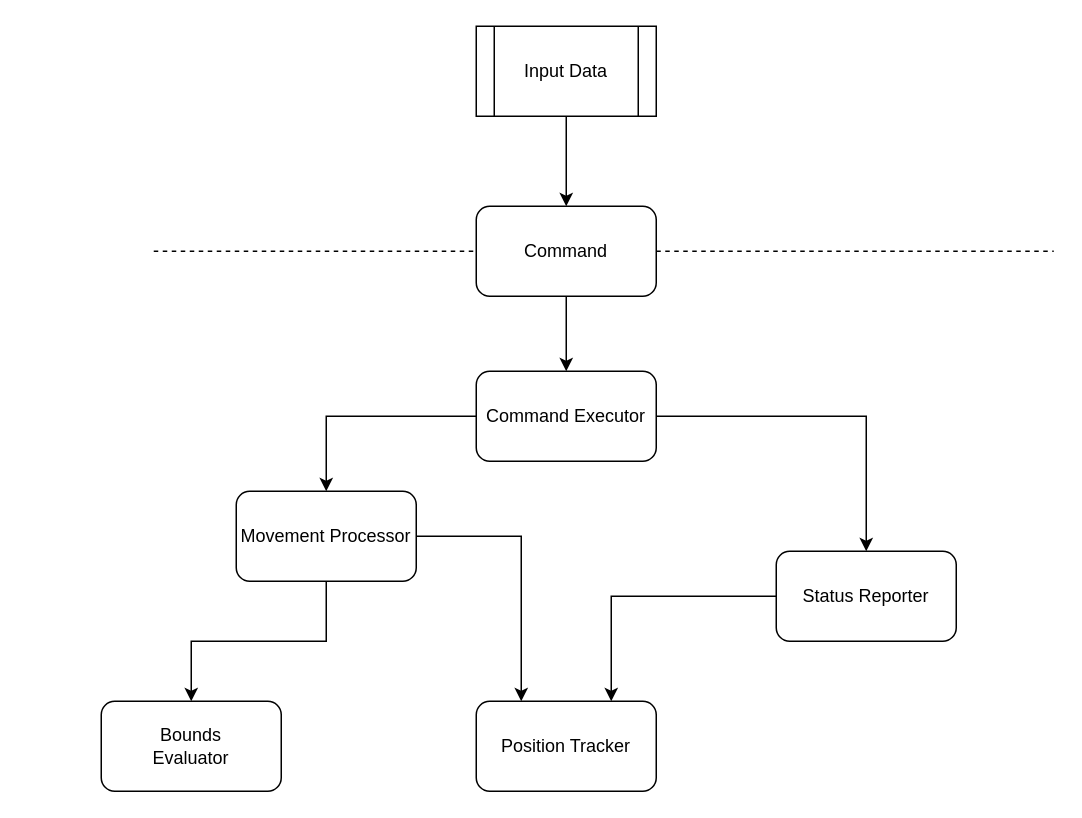
The draw.io diagram doc/Component Diagram.drawio in Hardcoded-NS/LibToyBot, before the edit. Source tidied: cells renumbered, new cells numbered last; positions are measured from the earlier drawing's top-left corner, leaving out a move shared by most shapes. Both pictures are drawn from the tidied source at 150%, with x=0, y=0 at pixel (100, 26).
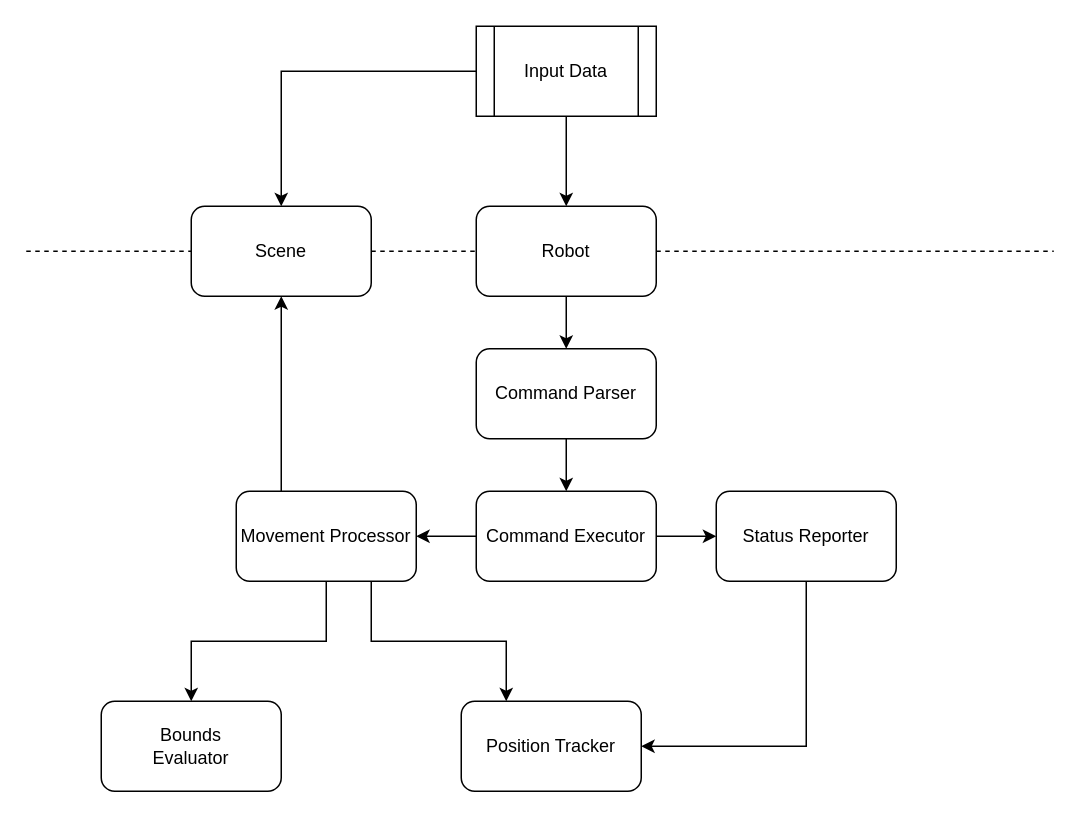
The same diagram, later.

Commit message (it also covers changes not shown here):
Introduced the Robot class, with cursory Action ability.

The change refers to these unchanged cells:
```xml
<mxCell id="7" value="Movement Processor" style="rounded=1;whiteSpace=wrap;html=1;" parent="1" vertex="1">
  <mxGeometry x="90" y="310" width="120" height="60" as="geometry" />
</mxCell>
<mxCell id="13" value="Input Data" style="shape=process;whiteSpace=wrap;html=1;backgroundOutline=1;" parent="1" vertex="1">
  <mxGeometry x="250" width="120" height="60" as="geometry" />
</mxCell>
```

The edit, as a diff of the source:
```diff
@@
+    <mxCell id="3" style="edgeStyle=orthogonalEdgeStyle;rounded=0;jettySize=auto;html=1;" parent="1" edge="1" source="4" target="7">
+      <mxGeometry relative="1" as="geometry" />
+    </mxCell>
-    <mxCell id="2" style="edgeStyle=orthogonalEdgeStyle;rounded=0;jettySize=auto;html=1;entryX=0.5;entryY=0;entryDx=0;entryDy=0;" parent="1" edge="1" source="4" target="10">
+    <mxCell id="2" style="edgeStyle=orthogonalEdgeStyle;rounded=0;jettySize=auto;html=1;" parent="1" edge="1" source="4" target="10">
       <mxGeometry relative="1" as="geometry" />
     </mxCell>
-    <mxCell id="3" style="edgeStyle=orthogonalEdgeStyle;rounded=0;jettySize=auto;html=1;entryX=0.5;entryY=0;entryDx=0;entryDy=0;" parent="1" edge="1" source="4" target="7">
-      <mxGeometry relative="1" as="geometry" />
-    </mxCell>
     <mxCell id="4" value="Command Executor" style="rounded=1;whiteSpace=wrap;html=1;" parent="1" vertex="1">
-      <mxGeometry x="250" y="230" width="120" height="60" as="geometry" />
+      <mxGeometry x="250" y="310" width="120" height="60" as="geometry" />
     </mxCell>
@@
-    <mxCell id="6" style="edgeStyle=orthogonalEdgeStyle;rounded=0;jettySize=auto;html=1;entryX=0.25;entryY=0;entryDx=0;entryDy=0;" parent="1" edge="1" source="7" target="11">
+    <mxCell id="6" style="edgeStyle=orthogonalEdgeStyle;rounded=0;jettySize=auto;html=1;exitX=0.75;exitY=1;exitDx=0;exitDy=0;entryX=0.25;entryY=0;entryDx=0;entryDy=0;" parent="1" edge="1" source="7" target="11">
       <mxGeometry relative="1" as="geometry" />
     </mxCell>
+    <mxCell id="18" style="edgeStyle=orthogonalEdgeStyle;rounded=0;jettySize=auto;html=1;exitX=0.25;exitY=0;exitDx=0;exitDy=0;entryX=0.5;entryY=1;entryDx=0;entryDy=0;" parent="1" edge="1" source="7" target="21">
+      <mxGeometry relative="1" as="geometry" />
+    </mxCell>
@@
-    <mxCell id="9" style="edgeStyle=orthogonalEdgeStyle;rounded=0;jettySize=auto;html=1;entryX=0.75;entryY=0;entryDx=0;entryDy=0;" parent="1" edge="1" source="10" target="11">
+    <mxCell id="9" style="edgeStyle=orthogonalEdgeStyle;rounded=0;jettySize=auto;html=1;exitX=0.5;exitY=1;exitDx=0;exitDy=0;entryX=1;entryY=0.5;entryDx=0;entryDy=0;" parent="1" edge="1" source="10" target="11">
       <mxGeometry relative="1" as="geometry" />
     </mxCell>
     <mxCell id="10" value="Status Reporter" style="rounded=1;whiteSpace=wrap;html=1;" parent="1" vertex="1">
-      <mxGeometry x="450" y="350" width="120" height="60" as="geometry" />
+      <mxGeometry x="410" y="310" width="120" height="60" as="geometry" />
     </mxCell>
     <mxCell id="11" value="Position Tracker" style="rounded=1;whiteSpace=wrap;html=1;" parent="1" vertex="1">
-      <mxGeometry x="250" y="450" width="120" height="60" as="geometry" />
+      <mxGeometry x="240" y="450" width="120" height="60" as="geometry" />
     </mxCell>
@@
+    <mxCell id="19" style="edgeStyle=orthogonalEdgeStyle;rounded=0;jettySize=auto;html=1;entryX=0.5;entryY=0;entryDx=0;entryDy=0;" parent="1" edge="1" source="13" target="21">
+      <mxGeometry relative="1" as="geometry" />
+    </mxCell>
@@
-    <mxCell id="15" style="edgeStyle=orthogonalEdgeStyle;rounded=0;jettySize=auto;html=1;entryX=0.5;entryY=0;entryDx=0;entryDy=0;" parent="1" edge="1" source="16" target="4">
-      <mxGeometry relative="1" as="geometry" />
-    </mxCell>
+    <mxCell id="20" style="edgeStyle=orthogonalEdgeStyle;rounded=0;jettySize=auto;html=1;" parent="1" edge="1" source="16" target="24">
+      <mxGeometry relative="1" as="geometry" />
+    </mxCell>
-    <mxCell id="16" value="Command" style="rounded=1;whiteSpace=wrap;html=1;" parent="1" vertex="1">
+    <mxCell id="16" value="Robot" style="rounded=1;whiteSpace=wrap;html=1;" parent="1" vertex="1">
       <mxGeometry x="250" y="120" width="120" height="60" as="geometry" />
     </mxCell>
-    <mxCell id="17" style="endArrow=none;dashed=1;html=1;" parent="1" edge="1" target="16">
-      <mxGeometry relative="1" as="geometry">
-        <mxPoint x="35" y="150" as="sourcePoint" />
-      </mxGeometry>
+    <mxCell id="17" style="endArrow=none;dashed=1;html=1;" parent="1" edge="1" source="21" target="16">
+      <mxGeometry relative="1" as="geometry" />
     </mxCell>
+    <mxCell id="21" value="Scene" style="rounded=1;whiteSpace=wrap;html=1;" parent="1" vertex="1">
+      <mxGeometry x="60" y="120" width="120" height="60" as="geometry" />
+    </mxCell>
+    <mxCell id="22" style="endArrow=none;dashed=1;html=1;" parent="1" edge="1" target="21">
+      <mxGeometry relative="1" as="geometry">
+        <mxPoint x="-50" y="150" as="sourcePoint" />
+      </mxGeometry>
+    </mxCell>
+    <mxCell id="23" style="edgeStyle=orthogonalEdgeStyle;rounded=0;jettySize=auto;html=1;" parent="1" edge="1" source="24" target="4">
+      <mxGeometry relative="1" as="geometry" />
+    </mxCell>
+    <mxCell id="24" value="Command Parser" style="rounded=1;whiteSpace=wrap;html=1;" parent="1" vertex="1">
+      <mxGeometry x="250" y="215" width="120" height="60" as="geometry" />
+    </mxCell>
```
